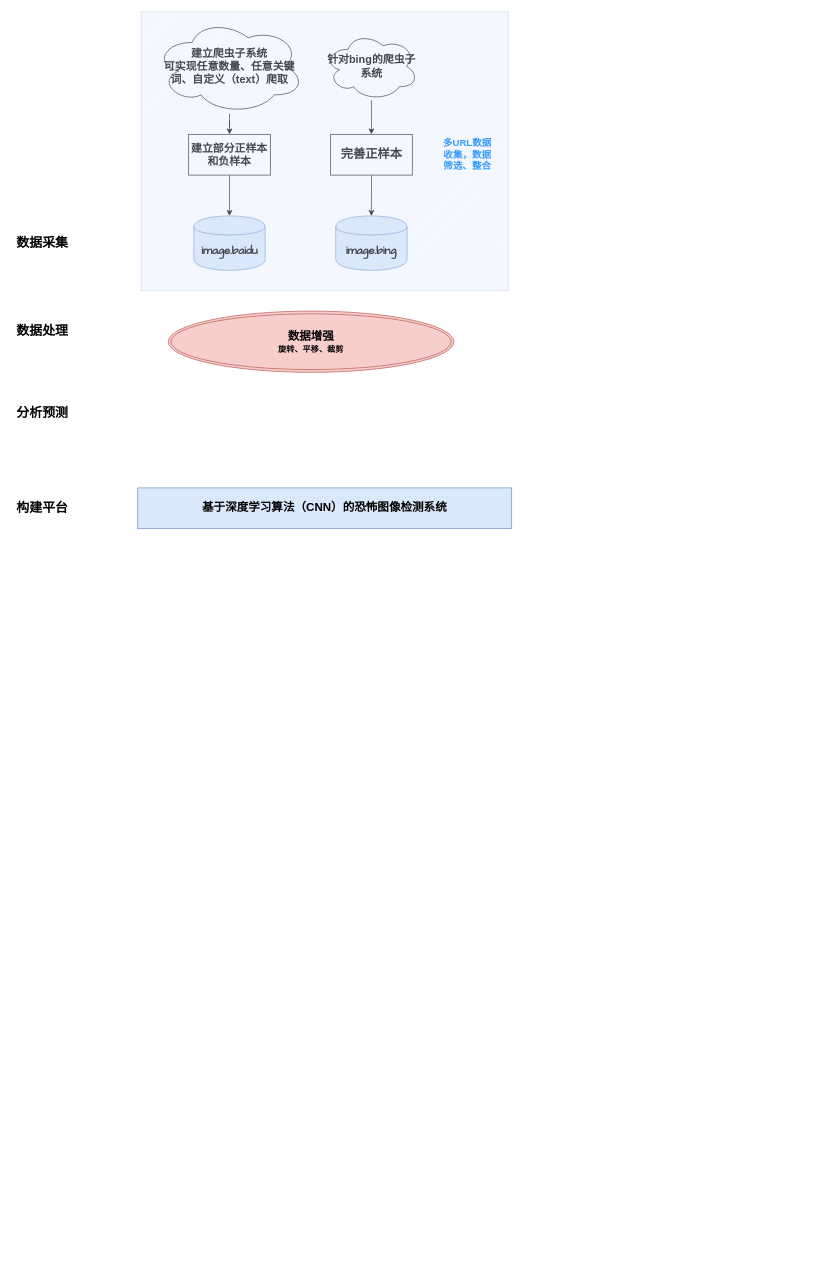
The draw.io diagram Untitled Diagram.drawio in long-0361/markdown-portfolio, before the edit. Source tidied: cells renumbered, new cells numbered last; positions are measured from the earlier drawing's top-left corner, leaving out a move shared by most shapes. Both pictures are drawn from the tidied source at 68%, with x=0, y=0 at pixel (12, 12).
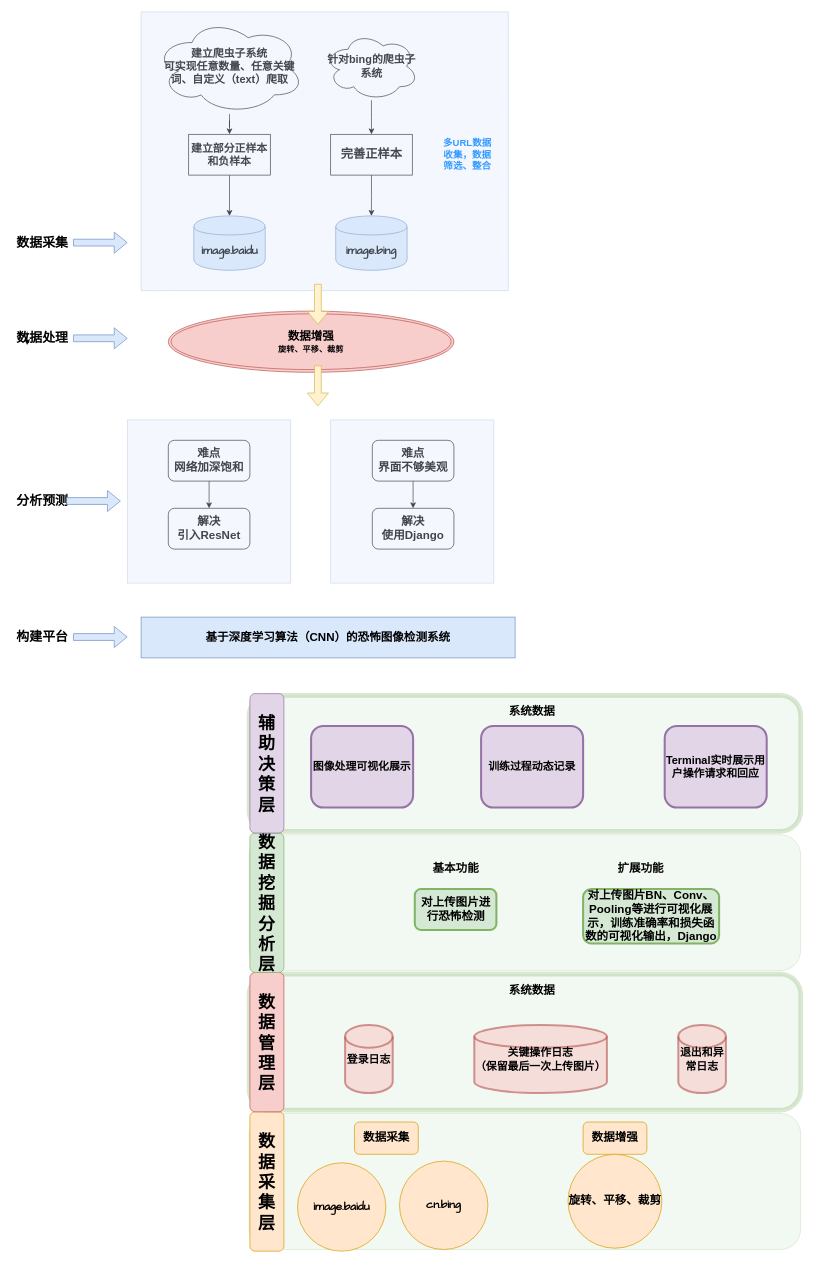
Above is the later version.

Change to the diagram source:
```diff
@@
     <mxCell id="5" value="&lt;font style=&quot;font-size: 19px&quot;&gt;&lt;b&gt;数据处理&lt;/b&gt;&lt;/font&gt;" style="text;html=1;strokeColor=none;fillColor=none;align=center;verticalAlign=middle;whiteSpace=wrap;rounded=0;" parent="1" vertex="1">
-      <mxGeometry y="460" width="90" height="20" as="geometry" />
+      <mxGeometry y="470" width="90" height="20" as="geometry" />
     </mxCell>
@@
     <mxCell id="16" value="&lt;font style=&quot;font-size: 19px&quot;&gt;&lt;b&gt;分析预测&lt;/b&gt;&lt;/font&gt;" style="text;html=1;strokeColor=none;fillColor=none;align=center;verticalAlign=middle;whiteSpace=wrap;rounded=0;" parent="1" vertex="1">
-      <mxGeometry y="580" width="90" height="20" as="geometry" />
+      <mxGeometry y="710" width="90" height="20" as="geometry" />
     </mxCell>
     <mxCell id="17" value="&lt;font style=&quot;font-size: 19px&quot;&gt;&lt;b&gt;构建平台&lt;/b&gt;&lt;/font&gt;" style="text;html=1;strokeColor=none;fillColor=none;align=center;verticalAlign=middle;whiteSpace=wrap;rounded=0;" parent="1" vertex="1">
-      <mxGeometry y="720" width="90" height="20" as="geometry" />
+      <mxGeometry y="910" width="90" height="20" as="geometry" />
     </mxCell>
     <mxCell id="18" value="&lt;b&gt;&lt;font style=&quot;font-size: 17px&quot;&gt;基于深度学习算法（CNN）的恐怖图像检测系统&lt;/font&gt;&lt;/b&gt;" style="rounded=0;whiteSpace=wrap;html=1;strokeColor=#6c8ebf;fillColor=#dae8fc;" parent="1" vertex="1">
-      <mxGeometry x="185" y="700" width="550" height="60" as="geometry" />
+      <mxGeometry x="190" y="890" width="550" height="60" as="geometry" />
     </mxCell>
@@
+    <mxCell id="20" style="shape=flexArrow;endArrow=classic;html=1;fillColor=#dae8fc;strokeColor=#6c8ebf;" parent="1" edge="1">
+      <mxGeometry relative="1" as="geometry">
+        <mxPoint x="90" y="339.3" as="sourcePoint" />
+        <mxPoint x="170" y="339.3" as="targetPoint" />
+      </mxGeometry>
+    </mxCell>
+    <mxCell id="21" style="shape=flexArrow;endArrow=classic;html=1;fillColor=#dae8fc;strokeColor=#6c8ebf;" parent="1" edge="1">
+      <mxGeometry relative="1" as="geometry">
+        <mxPoint x="90" y="480" as="sourcePoint" />
+        <mxPoint x="170" y="480" as="targetPoint" />
+      </mxGeometry>
+    </mxCell>
+    <mxCell id="22" style="edgeStyle=orthogonalEdgeStyle;rounded=0;orthogonalLoop=1;jettySize=auto;html=1;exitX=0.25;exitY=0;exitDx=0;exitDy=0;entryX=0.25;entryY=1;entryDx=0;entryDy=0;" parent="1" edge="1" source="5" target="5">
+      <mxGeometry relative="1" as="geometry" />
+    </mxCell>
+    <mxCell id="23" style="shape=flexArrow;endArrow=classic;html=1;fillColor=#dae8fc;strokeColor=#6c8ebf;" parent="1" edge="1">
+      <mxGeometry relative="1" as="geometry">
+        <mxPoint x="90" y="919.3" as="sourcePoint" />
+        <mxPoint x="170" y="919.3" as="targetPoint" />
+      </mxGeometry>
+    </mxCell>
+    <mxCell id="24" style="shape=flexArrow;endArrow=classic;html=1;fillColor=#fff2cc;strokeColor=#d6b656;" parent="1" edge="1">
+      <mxGeometry relative="1" as="geometry">
+        <mxPoint x="450" y="400" as="sourcePoint" />
+        <mxPoint x="450" y="460" as="targetPoint" />
+      </mxGeometry>
+    </mxCell>
+    <mxCell id="25" style="shape=flexArrow;endArrow=classic;html=1;fillColor=#fff2cc;strokeColor=#d6b656;" parent="1" edge="1">
+      <mxGeometry relative="1" as="geometry">
+        <mxPoint x="450" y="520" as="sourcePoint" />
+        <mxPoint x="450" y="580" as="targetPoint" />
+      </mxGeometry>
+    </mxCell>
+    <mxCell id="26" style="shape=flexArrow;endArrow=classic;html=1;fillColor=#dae8fc;strokeColor=#6c8ebf;" parent="1" edge="1">
+      <mxGeometry relative="1" as="geometry">
+        <mxPoint x="80" y="719.3" as="sourcePoint" />
+        <mxPoint x="160" y="719.3" as="targetPoint" />
+      </mxGeometry>
+    </mxCell>
+    <mxCell id="27" style="edgeStyle=orthogonalEdgeStyle;rounded=0;jettySize=auto;html=1;" parent="1" edge="1" source="28" target="29">
+      <mxGeometry relative="1" as="geometry" />
+    </mxCell>
+    <mxCell id="28" value="&lt;font style=&quot;font-size: 17px&quot;&gt;&lt;b&gt;难点&lt;br&gt;网络加深饱和&lt;/b&gt;&lt;/font&gt;" style="rounded=1;whiteSpace=wrap;html=1;" parent="1" vertex="1">
+      <mxGeometry x="230" y="630" width="120" height="60" as="geometry" />
+    </mxCell>
+    <mxCell id="29" value="&lt;b style=&quot;font-size: 17px&quot;&gt;解决&lt;br&gt;引入ResNet&lt;/b&gt;" style="rounded=1;whiteSpace=wrap;html=1;" parent="1" vertex="1">
+      <mxGeometry x="230" y="730" width="120" height="60" as="geometry" />
+    </mxCell>
+    <mxCell id="30" style="edgeStyle=orthogonalEdgeStyle;rounded=0;jettySize=auto;html=1;" parent="1" edge="1" source="31" target="32">
+      <mxGeometry relative="1" as="geometry" />
+    </mxCell>
+    <mxCell id="31" value="&lt;font style=&quot;font-size: 17px&quot;&gt;&lt;b&gt;难点&lt;br&gt;界面不够美观&lt;br&gt;&lt;/b&gt;&lt;/font&gt;" style="rounded=1;whiteSpace=wrap;html=1;" parent="1" vertex="1">
+      <mxGeometry x="530" y="630" width="120" height="60" as="geometry" />
+    </mxCell>
+    <mxCell id="32" value="&lt;b style=&quot;font-size: 17px&quot;&gt;解决&lt;br&gt;使用Django&lt;br&gt;&lt;/b&gt;" style="rounded=1;whiteSpace=wrap;html=1;" parent="1" vertex="1">
+      <mxGeometry x="530" y="730" width="120" height="60" as="geometry" />
+    </mxCell>
+    <mxCell id="33" style="whiteSpace=wrap;html=1;fillColor=#dae8fc;strokeColor=#6c8ebf;opacity=30;" parent="1" vertex="1">
+      <mxGeometry x="170" y="600" width="240" height="240" as="geometry" />
+    </mxCell>
+    <mxCell id="34" style="whiteSpace=wrap;html=1;fillColor=#dae8fc;strokeColor=#6c8ebf;opacity=30;" parent="1" vertex="1">
+      <mxGeometry x="468.8" y="600" width="240" height="240" as="geometry" />
+    </mxCell>
+    <mxCell id="35" style="rounded=1;whiteSpace=wrap;html=1;opacity=30;fillColor=#d5e8d4;strokeColor=#82b366;" parent="1" vertex="1">
+      <mxGeometry x="348.8" y="1620" width="811.2" height="200" as="geometry" />
+    </mxCell>
+    <mxCell id="36" value="&lt;b&gt;&lt;font style=&quot;font-size: 25px&quot;&gt;数据采集层&lt;/font&gt;&lt;/b&gt;" style="rounded=1;whiteSpace=wrap;html=1;fillColor=#ffe6cc;strokeColor=#d79b00;" parent="1" vertex="1">
+      <mxGeometry x="350" y="1617.5" width="50" height="205" as="geometry" />
+    </mxCell>
+    <mxCell id="37" value="&lt;font face=&quot;Comic Sans MS&quot; size=&quot;1&quot;&gt;&lt;b style=&quot;font-size: 17px&quot;&gt;image.baidu&lt;/b&gt;&lt;/font&gt;" style="ellipse;whiteSpace=wrap;html=1;fillColor=#ffe6cc;strokeColor=#d79b00;" parent="1" vertex="1">
+      <mxGeometry x="420" y="1692.5" width="130" height="130" as="geometry" />
+    </mxCell>
+    <mxCell id="38" value="&lt;font face=&quot;Comic Sans MS&quot; size=&quot;1&quot;&gt;&lt;b style=&quot;font-size: 17px&quot;&gt;cn.bing&lt;/b&gt;&lt;/font&gt;" style="ellipse;whiteSpace=wrap;html=1;fillColor=#ffe6cc;strokeColor=#d79b00;" parent="1" vertex="1">
+      <mxGeometry x="570" y="1690" width="130" height="130" as="geometry" />
+    </mxCell>
+    <mxCell id="39" value="&lt;b&gt;&lt;font style=&quot;font-size: 17px&quot;&gt;数据采集&lt;/font&gt;&lt;/b&gt;" style="rounded=1;whiteSpace=wrap;html=1;fillColor=#ffe6cc;strokeColor=#d79b00;" parent="1" vertex="1">
+      <mxGeometry x="503.8" y="1632.5" width="93.8" height="47.5" as="geometry" />
+    </mxCell>
+    <mxCell id="40" value="&lt;b&gt;&lt;font style=&quot;font-size: 17px&quot;&gt;数据增强&lt;/font&gt;&lt;/b&gt;" style="rounded=1;whiteSpace=wrap;html=1;fillColor=#ffe6cc;strokeColor=#d79b00;" parent="1" vertex="1">
+      <mxGeometry x="840" y="1632.5" width="93.8" height="47.5" as="geometry" />
+    </mxCell>
+    <mxCell id="41" value="&lt;font face=&quot;Comic Sans MS&quot;&gt;&lt;span style=&quot;font-size: 17px&quot;&gt;&lt;b&gt;旋转、平移、裁剪&lt;/b&gt;&lt;/span&gt;&lt;/font&gt;" style="ellipse;whiteSpace=wrap;html=1;fillColor=#ffe6cc;strokeColor=#d79b00;" parent="1" vertex="1">
+      <mxGeometry x="817.8" y="1680" width="138.1" height="138.1" as="geometry" />
+    </mxCell>
+    <mxCell id="42" style="rounded=1;whiteSpace=wrap;html=1;opacity=30;fillColor=#d5e8d4;strokeColor=#82b366;strokeWidth=7;perimeterSpacing=0;" parent="1" vertex="1">
+      <mxGeometry x="348.8" y="1415" width="811.2" height="200" as="geometry" />
+    </mxCell>
+    <mxCell id="43" value="&lt;b&gt;&lt;font style=&quot;font-size: 25px&quot;&gt;数据管理层&lt;/font&gt;&lt;/b&gt;" style="rounded=1;whiteSpace=wrap;html=1;fillColor=#f8cecc;strokeColor=#b85450;" parent="1" vertex="1">
+      <mxGeometry x="350" y="1412.5" width="50" height="205" as="geometry" />
+    </mxCell>
+    <mxCell id="44" value="&lt;b&gt;&lt;font style=&quot;font-size: 17px&quot;&gt;系统数据&lt;/font&gt;&lt;/b&gt;" style="text;html=1;strokeColor=none;fillColor=none;align=center;verticalAlign=middle;whiteSpace=wrap;rounded=0;opacity=30;" parent="1" vertex="1">
+      <mxGeometry x="710" y="1430" width="110" height="20" as="geometry" />
+    </mxCell>
+    <mxCell id="45" value="&lt;b&gt;&lt;font style=&quot;font-size: 16px&quot;&gt;登录日志&lt;/font&gt;&lt;/b&gt;" style="strokeWidth=3;html=1;shape=mxgraph.flowchart.database;whiteSpace=wrap;opacity=60;fillColor=#f8cecc;strokeColor=#b85450;" parent="1" vertex="1">
+      <mxGeometry x="490" y="1490" width="70" height="100" as="geometry" />
+    </mxCell>
+    <mxCell id="46" value="&lt;b&gt;&lt;font style=&quot;font-size: 16px&quot;&gt;关键操作日志&lt;br&gt;（保留最后一次上传图片）&lt;br&gt;&lt;/font&gt;&lt;/b&gt;" style="strokeWidth=3;html=1;shape=mxgraph.flowchart.database;whiteSpace=wrap;opacity=60;fillColor=#f8cecc;strokeColor=#b85450;" parent="1" vertex="1">
+      <mxGeometry x="680" y="1490" width="195" height="100" as="geometry" />
+    </mxCell>
+    <mxCell id="47" value="&lt;b&gt;&lt;font style=&quot;font-size: 16px&quot;&gt;退出和异常日志&lt;/font&gt;&lt;/b&gt;" style="strokeWidth=3;html=1;shape=mxgraph.flowchart.database;whiteSpace=wrap;opacity=60;fillColor=#f8cecc;strokeColor=#b85450;" parent="1" vertex="1">
+      <mxGeometry x="980" y="1490" width="70" height="100" as="geometry" />
+    </mxCell>
+    <mxCell id="48" style="rounded=1;whiteSpace=wrap;html=1;opacity=30;fillColor=#d5e8d4;strokeColor=#82b366;" parent="1" vertex="1">
+      <mxGeometry x="348.8" y="1210" width="811.2" height="200" as="geometry" />
+    </mxCell>
+    <mxCell id="49" value="&lt;b&gt;&lt;font style=&quot;font-size: 25px&quot;&gt;数据挖掘分析层&lt;/font&gt;&lt;/b&gt;" style="rounded=1;whiteSpace=wrap;html=1;fillColor=#d5e8d4;strokeColor=#82b366;" parent="1" vertex="1">
+      <mxGeometry x="350" y="1207.5" width="50" height="205" as="geometry" />
+    </mxCell>
+    <mxCell id="50" style="rounded=1;whiteSpace=wrap;html=1;opacity=30;fillColor=#d5e8d4;strokeColor=#82b366;strokeWidth=7;perimeterSpacing=0;" parent="1" vertex="1">
+      <mxGeometry x="348.8" y="1005" width="811.2" height="200" as="geometry" />
+    </mxCell>
+    <mxCell id="51" value="&lt;b&gt;&lt;font style=&quot;font-size: 25px&quot;&gt;辅助决策层&lt;/font&gt;&lt;/b&gt;" style="rounded=1;whiteSpace=wrap;html=1;fillColor=#e1d5e7;strokeColor=#9673a6;" parent="1" vertex="1">
+      <mxGeometry x="350" y="1002.5" width="50" height="205" as="geometry" />
+    </mxCell>
+    <mxCell id="52" value="&lt;b&gt;&lt;font style=&quot;font-size: 17px&quot;&gt;系统数据&lt;/font&gt;&lt;/b&gt;" style="text;html=1;strokeColor=none;fillColor=none;align=center;verticalAlign=middle;whiteSpace=wrap;rounded=0;opacity=30;" parent="1" vertex="1">
+      <mxGeometry x="710" y="1020" width="110" height="20" as="geometry" />
+    </mxCell>
+    <mxCell id="53" value="&lt;b&gt;&lt;font style=&quot;font-size: 17px&quot;&gt;基本功能&lt;/font&gt;&lt;/b&gt;" style="text;html=1;strokeColor=none;fillColor=none;align=center;verticalAlign=middle;whiteSpace=wrap;rounded=0;opacity=30;" parent="1" vertex="1">
+      <mxGeometry x="597.5" y="1250" width="110" height="20" as="geometry" />
+    </mxCell>
+    <mxCell id="54" value="&lt;font style=&quot;font-size: 17px&quot;&gt;&lt;b&gt;对上传图片进行恐怖检测&lt;/b&gt;&lt;/font&gt;" style="rounded=1;whiteSpace=wrap;html=1;strokeWidth=3;fillColor=#d5e8d4;strokeColor=#82b366;" parent="1" vertex="1">
+      <mxGeometry x="592.5" y="1290" width="120" height="60" as="geometry" />
+    </mxCell>
+    <mxCell id="55" value="&lt;b&gt;&lt;font style=&quot;font-size: 17px&quot;&gt;扩展功能&lt;/font&gt;&lt;/b&gt;" style="text;html=1;strokeColor=none;fillColor=none;align=center;verticalAlign=middle;whiteSpace=wrap;rounded=0;opacity=30;" parent="1" vertex="1">
+      <mxGeometry x="870" y="1250" width="110" height="20" as="geometry" />
+    </mxCell>
+    <mxCell id="56" value="&lt;font style=&quot;font-size: 17px&quot;&gt;&lt;b&gt;对上传图片BN、Conv、Pooling等进行可视化展示，训练准确率和损失函数的可视化输出，Django&lt;/b&gt;&lt;/font&gt;" style="rounded=1;whiteSpace=wrap;html=1;strokeWidth=3;fillColor=#d5e8d4;strokeColor=#82b366;" parent="1" vertex="1">
+      <mxGeometry x="840" y="1290" width="200" height="80" as="geometry" />
+    </mxCell>
+    <mxCell id="57" value="&lt;b&gt;&lt;font style=&quot;font-size: 16px&quot;&gt;图像处理可视化展示&lt;/font&gt;&lt;/b&gt;" style="rounded=1;whiteSpace=wrap;html=1;strokeWidth=3;fillColor=#e1d5e7;strokeColor=#9673a6;" parent="1" vertex="1">
+      <mxGeometry x="440" y="1050" width="150" height="120" as="geometry" />
+    </mxCell>
+    <mxCell id="58" value="&lt;b&gt;&lt;font style=&quot;font-size: 16px&quot;&gt;训练过程动态记录&lt;/font&gt;&lt;/b&gt;" style="rounded=1;whiteSpace=wrap;html=1;strokeWidth=3;fillColor=#e1d5e7;strokeColor=#9673a6;" parent="1" vertex="1">
+      <mxGeometry x="690" y="1050" width="150" height="120" as="geometry" />
+    </mxCell>
+    <mxCell id="59" value="&lt;b&gt;&lt;font style=&quot;font-size: 16px&quot;&gt;Terminal实时展示用户操作请求和回应&lt;/font&gt;&lt;/b&gt;" style="rounded=1;whiteSpace=wrap;html=1;strokeWidth=3;fillColor=#e1d5e7;strokeColor=#9673a6;" parent="1" vertex="1">
+      <mxGeometry x="960" y="1050" width="150" height="120" as="geometry" />
+    </mxCell>
```
